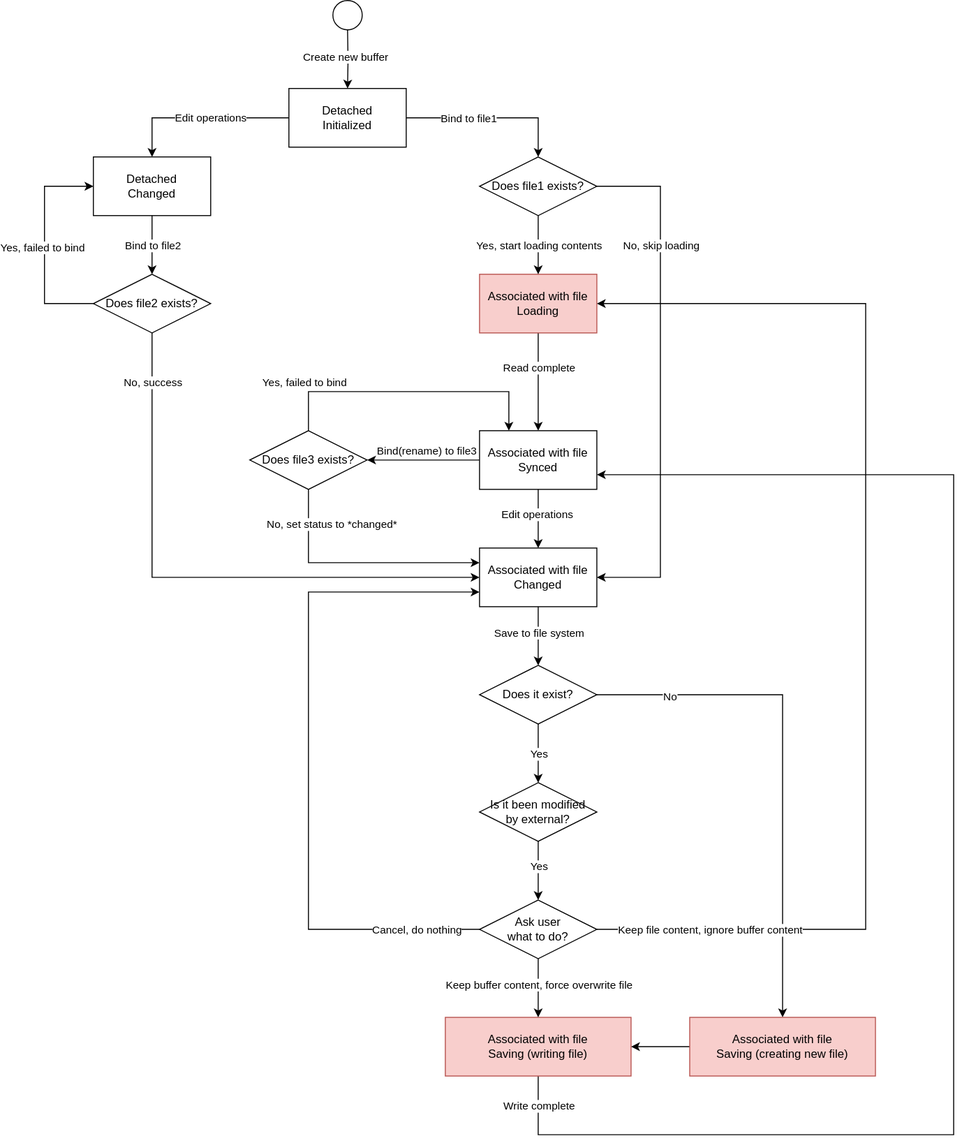
This is images/4-WindowsAndBuffers-1-FileBuffer.1.drawio.svg from rsvim/rfc, a draw.io export, as it was before one commit. Source tidied: cells renumbered, new cells last; positions are measured from the earlier drawing's top-left corner, leaving out a move shared by most shapes.
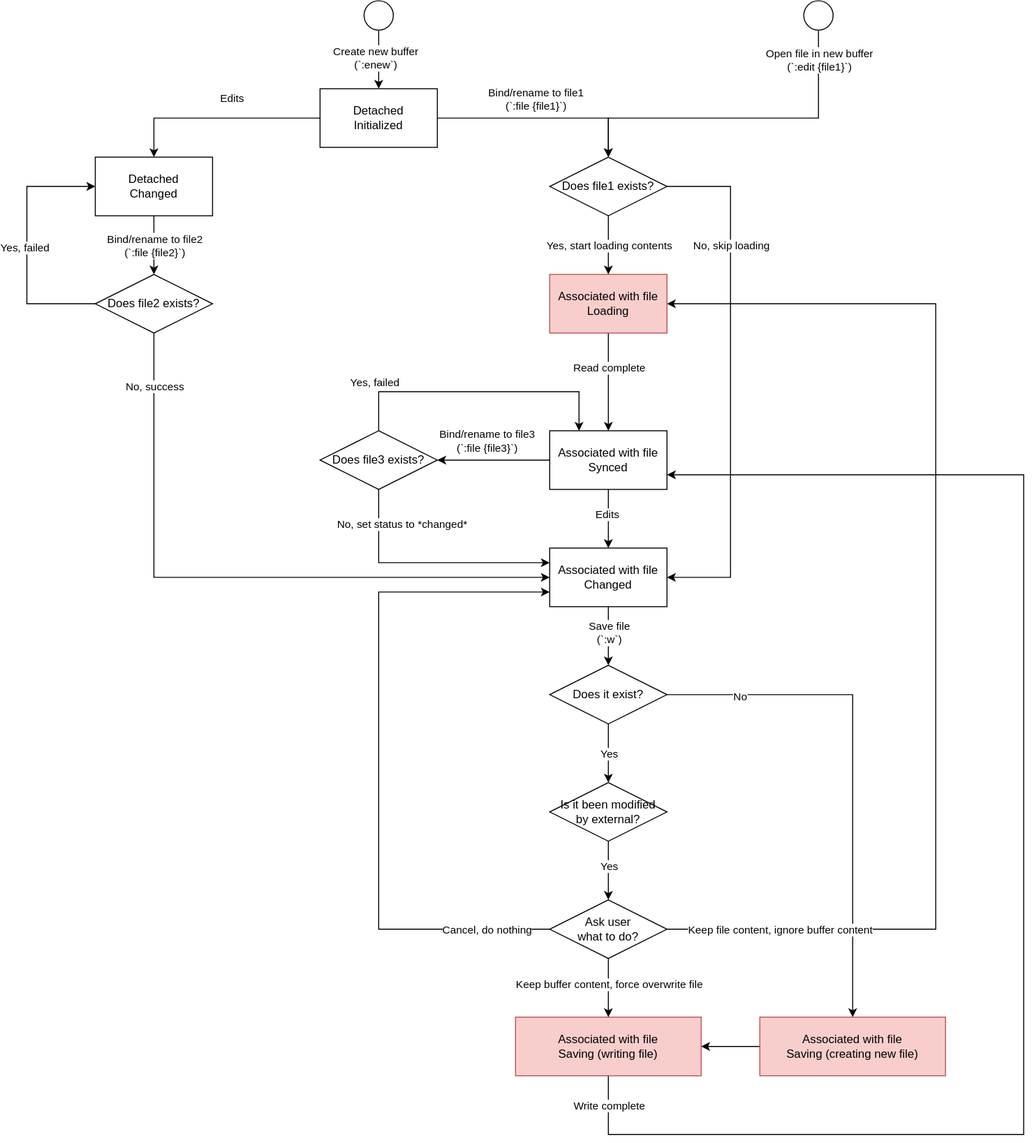
The same file after the commit.

Commit message:
Add normal buffer edit operations and update buffer status switching flow (#27)

Diff of the diagram source:
```diff
@@ -5,14 +5,16 @@
     <mxCell id="2" style="edgeStyle=orthogonalEdgeStyle;rounded=0;jettySize=auto;html=1;entryX=0.5;entryY=0;entryDx=0;entryDy=0;" parent="1" edge="1" source="5" target="30">
       <mxGeometry relative="1" as="geometry" />
     </mxCell>
-    <mxCell id="3" value="Bind to file1" style="edgeLabel;html=1;align=center;verticalAlign=middle;" parent="2" vertex="1">
-      <mxGeometry x="-0.29" relative="1" as="geometry" />
+    <mxCell id="3" value="Bind/rename to file1&lt;br&gt;(`:file {file1}`)" style="edgeLabel;html=1;align=center;verticalAlign=middle;" parent="2" vertex="1">
+      <mxGeometry x="-0.29" relative="1" as="geometry">
+        <mxPoint x="23" y="-20" as="offset" />
+      </mxGeometry>
     </mxCell>
-    <mxCell id="4" value="Edit operations" style="edgeStyle=orthogonalEdgeStyle;rounded=0;jettySize=auto;html=1;entryX=0.5;entryY=0;entryDx=0;entryDy=0;" parent="1" edge="1" source="5" target="11">
-      <mxGeometry x="-0.11" relative="1" as="geometry" />
+    <mxCell id="4" value="Edits" style="edgeStyle=orthogonalEdgeStyle;rounded=0;jettySize=auto;html=1;entryX=0.5;entryY=0;entryDx=0;entryDy=0;" parent="1" edge="1" source="5" target="11">
+      <mxGeometry x="-0.14" y="-20" relative="1" as="geometry" />
     </mxCell>
     <mxCell id="5" value="Detached&lt;br&gt;Initialized" style="rounded=0;whiteSpace=wrap;html=1;" parent="1" vertex="1">
-      <mxGeometry x="250" y="90" width="120" height="60" as="geometry" />
+      <mxGeometry x="210" y="90" width="120" height="60" as="geometry" />
     </mxCell>
     <mxCell id="6" style="edgeStyle=orthogonalEdgeStyle;rounded=0;jettySize=auto;html=1;entryX=0.5;entryY=0;entryDx=0;entryDy=0;" parent="1" edge="1" source="8" target="16">
       <mxGeometry relative="1" as="geometry" />
@@ -28,26 +30,26 @@
     <mxCell id="9" style="edgeStyle=orthogonalEdgeStyle;rounded=0;jettySize=auto;html=1;entryX=0.5;entryY=0;entryDx=0;entryDy=0;" parent="1" edge="1" source="11" target="25">
       <mxGeometry relative="1" as="geometry" />
     </mxCell>
-    <mxCell id="10" value="Bind to file2" style="edgeLabel;html=1;align=center;verticalAlign=middle;" parent="9" vertex="1">
+    <mxCell id="10" value="Bind/rename to file2&lt;br&gt;(`:file {file2}`)" style="edgeLabel;html=1;align=center;verticalAlign=middle;" parent="9" vertex="1">
       <mxGeometry x="-0.38" relative="1" as="geometry">
         <mxPoint y="11" as="offset" />
       </mxGeometry>
     </mxCell>
     <mxCell id="11" value="Detached&lt;br&gt;Changed" style="rounded=0;whiteSpace=wrap;html=1;" parent="1" vertex="1">
-      <mxGeometry x="50" y="160" width="120" height="60" as="geometry" />
+      <mxGeometry x="-20" y="160" width="120" height="60" as="geometry" />
     </mxCell>
     <mxCell id="12" style="edgeStyle=orthogonalEdgeStyle;rounded=0;jettySize=auto;html=1;entryX=0.5;entryY=0;entryDx=0;entryDy=0;" parent="1" edge="1" source="16" target="17">
       <mxGeometry relative="1" as="geometry" />
     </mxCell>
-    <mxCell id="13" value="Edit operations" style="edgeLabel;html=1;align=center;verticalAlign=middle;" parent="12" vertex="1">
+    <mxCell id="13" value="Edits" style="edgeLabel;html=1;align=center;verticalAlign=middle;" parent="12" vertex="1">
       <mxGeometry x="-0.15" y="-2" relative="1" as="geometry" />
     </mxCell>
     <mxCell id="14" style="edgeStyle=orthogonalEdgeStyle;rounded=0;jettySize=auto;html=1;entryX=1;entryY=0.5;entryDx=0;entryDy=0;" parent="1" edge="1" source="16" target="35">
       <mxGeometry relative="1" as="geometry" />
     </mxCell>
-    <mxCell id="15" value="Bind(rename) to file3" style="edgeLabel;html=1;align=center;verticalAlign=middle;" parent="14" vertex="1">
+    <mxCell id="15" value="Bind/rename to file3&lt;br&gt;(`:file {file3}`)" style="edgeLabel;html=1;align=center;verticalAlign=middle;" parent="14" vertex="1">
       <mxGeometry x="0.16" y="-4" relative="1" as="geometry">
-        <mxPoint x="11" y="-6" as="offset" />
+        <mxPoint x="1" y="-16" as="offset" />
       </mxGeometry>
     </mxCell>
     <mxCell id="16" value="Associated with file&lt;br&gt;Synced" style="rounded=0;whiteSpace=wrap;html=1;" parent="1" vertex="1">
@@ -76,28 +78,28 @@
     <mxCell id="21" style="edgeStyle=orthogonalEdgeStyle;rounded=0;jettySize=auto;html=1;entryX=0;entryY=0.5;entryDx=0;entryDy=0;" parent="1" edge="1" source="25" target="11">
       <mxGeometry relative="1" as="geometry">
         <Array as="points">
-          <mxPoint y="310" />
-          <mxPoint y="190" />
+          <mxPoint x="-90" y="310" />
+          <mxPoint x="-90" y="190" />
         </Array>
       </mxGeometry>
     </mxCell>
-    <mxCell id="22" value="Yes, failed to bind" style="edgeLabel;html=1;align=center;verticalAlign=middle;" parent="21" vertex="1">
+    <mxCell id="22" value="Yes, failed" style="edgeLabel;html=1;align=center;verticalAlign=middle;" parent="21" vertex="1">
       <mxGeometry x="-0.02" y="3" relative="1" as="geometry" />
     </mxCell>
     <mxCell id="23" style="edgeStyle=orthogonalEdgeStyle;rounded=0;jettySize=auto;html=1;entryX=0;entryY=0.5;entryDx=0;entryDy=0;" parent="1" edge="1" source="25" target="17">
       <mxGeometry relative="1" as="geometry">
         <Array as="points">
-          <mxPoint x="110" y="590" />
+          <mxPoint x="40" y="590" />
         </Array>
       </mxGeometry>
     </mxCell>
     <mxCell id="24" value="No, success" style="edgeLabel;html=1;align=center;verticalAlign=middle;" parent="23" vertex="1">
       <mxGeometry x="-0.16" relative="1" as="geometry">
-        <mxPoint y="-196" as="offset" />
+        <mxPoint x="-25" y="-196" as="offset" />
       </mxGeometry>
     </mxCell>
     <mxCell id="25" value="Does file2 exists?" style="rhombus;whiteSpace=wrap;html=1;" parent="1" vertex="1">
-      <mxGeometry x="50" y="280" width="120" height="60" as="geometry" />
+      <mxGeometry x="-20" y="280" width="120" height="60" as="geometry" />
     </mxCell>
     <mxCell id="26" style="edgeStyle=orthogonalEdgeStyle;rounded=0;jettySize=auto;html=1;entryX=0.5;entryY=0;entryDx=0;entryDy=0;" parent="1" edge="1" source="30" target="8">
       <mxGeometry relative="1" as="geometry" />
@@ -131,7 +133,7 @@
         </Array>
       </mxGeometry>
     </mxCell>
-    <mxCell id="32" value="Yes, failed to bind" style="edgeLabel;html=1;align=center;verticalAlign=middle;" parent="31" vertex="1">
+    <mxCell id="32" value="Yes, failed" style="edgeLabel;html=1;align=center;verticalAlign=middle;" parent="31" vertex="1">
       <mxGeometry x="-0.43" y="2" relative="1" as="geometry">
         <mxPoint x="-47" y="-8" as="offset" />
       </mxGeometry>
@@ -154,7 +156,7 @@
     <mxCell id="36" style="edgeStyle=orthogonalEdgeStyle;rounded=0;jettySize=auto;html=1;entryX=0.5;entryY=0;entryDx=0;entryDy=0;" parent="1" edge="1" source="17" target="45">
       <mxGeometry relative="1" as="geometry" />
     </mxCell>
-    <mxCell id="37" value="Save to file system" style="edgeLabel;html=1;align=center;verticalAlign=middle;" parent="36" vertex="1">
+    <mxCell id="37" value="Save file&lt;br&gt;(`:w`)" style="edgeLabel;html=1;align=center;verticalAlign=middle;" parent="36" vertex="1">
       <mxGeometry x="-0.12" relative="1" as="geometry">
         <mxPoint y="-1" as="offset" />
       </mxGeometry>
@@ -232,16 +234,32 @@
     <mxCell id="54" value="Ask user&lt;br&gt;what to do?" style="rhombus;whiteSpace=wrap;html=1;" parent="1" vertex="1">
       <mxGeometry x="445" y="920" width="120" height="60" as="geometry" />
     </mxCell>
-    <mxCell id="55" style="edgeStyle=orthogonalEdgeStyle;rounded=0;jettySize=auto;html=1;entryX=0.5;entryY=0;entryDx=0;entryDy=0;" parent="1" edge="1" target="5">
-      <mxGeometry relative="1" as="geometry">
-        <mxPoint x="310" y="30" as="sourcePoint" />
-      </mxGeometry>
+    <mxCell id="55" style="edgeStyle=orthogonalEdgeStyle;rounded=0;jettySize=auto;html=1;entryX=0.5;entryY=0;entryDx=0;entryDy=0;exitX=0.5;exitY=1;exitDx=0;exitDy=0;" parent="1" edge="1" source="57" target="5">
+      <mxGeometry relative="1" as="geometry" />
     </mxCell>
-    <mxCell id="56" value="Create new buffer" style="edgeLabel;html=1;align=center;verticalAlign=middle;" parent="55" vertex="1">
-      <mxGeometry x="-0.1" y="-3" relative="1" as="geometry" />
+    <mxCell id="56" value="Create new buffer&lt;br&gt;(`:enew`)" style="edgeLabel;html=1;align=center;verticalAlign=middle;" parent="55" vertex="1">
+      <mxGeometry x="-0.1" y="-3" relative="1" as="geometry">
+        <mxPoint x="-1" y="1" as="offset" />
+      </mxGeometry>
     </mxCell>
     <mxCell id="57" style="ellipse;whiteSpace=wrap;html=1;" parent="1" vertex="1">
-      <mxGeometry x="295" width="30" height="30" as="geometry" />
+      <mxGeometry x="255" width="30" height="30" as="geometry" />
     </mxCell>
+    <mxCell id="58" style="edgeStyle=orthogonalEdgeStyle;rounded=0;jettySize=auto;html=1;entryX=0.5;entryY=0;entryDx=0;entryDy=0;" parent="1" edge="1" source="60" target="30">
+      <mxGeometry relative="1" as="geometry">
+        <Array as="points">
+          <mxPoint x="720" y="120" />
+          <mxPoint x="505" y="120" />
+        </Array>
+      </mxGeometry>
+    </mxCell>
+    <mxCell id="59" value="Open file in new buffer&lt;br&gt;(`:edit {file1}`)" style="edgeLabel;html=1;align=center;verticalAlign=middle;" parent="58" vertex="1">
+      <mxGeometry x="-0.17" y="-2" relative="1" as="geometry">
+        <mxPoint x="54" y="-58" as="offset" />
+      </mxGeometry>
+    </mxCell>
+    <mxCell id="60" style="ellipse;whiteSpace=wrap;html=1;" parent="1" vertex="1">
+      <mxGeometry x="705" width="30" height="30" as="geometry" />
+    </mxCell>
   </root>
 </mxGraphModel>
```
